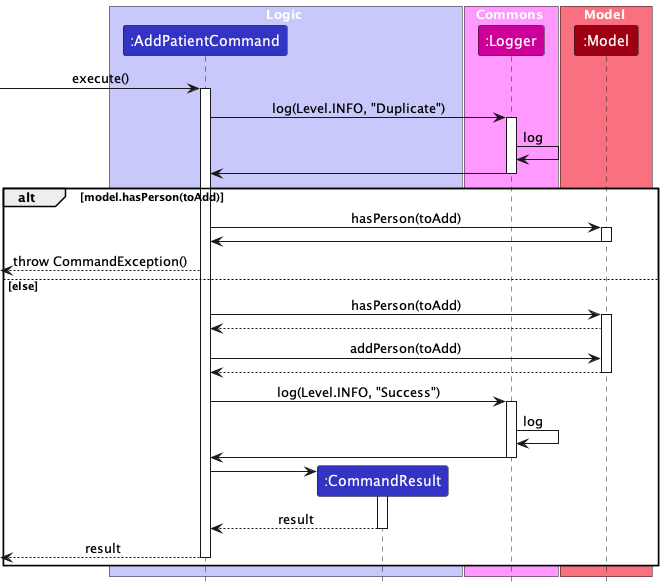
Earlier version of the PlantUML export docs/images/AddPatientCommandExecuteSequenceDiagram.png (alfaloo/tp). Source of this version:
```plantuml
@startuml
!include style.puml
skinparam ArrowFontStyle plain

box Logic LOGIC_COLOR_T1
participant ":AddPatientCommand" as AddPatientCommand LOGIC_COLOR
participant ":CommandResult" as CommandResult LOGIC_COLOR
end box

box Commons LOGGER_COLOR_T1
participant ":Logger" as Logger LOGGER_COLOR
end box

box Model MODEL_COLOR_T1
participant ":Model" as Model MODEL_COLOR
end box

[-> AddPatientCommand : execute()
activate AddPatientCommand


AddPatientCommand -> Logger: log(Level.INFO, "Duplicate")
activate Logger
Logger -> Logger: log
Logger -> AddPatientCommand
deactivate Logger


alt model.hasPerson(toAdd)
    AddPatientCommand -> Model: hasPerson(toAdd)
    activate Model
    Model -> AddPatientCommand
    deactivate Model
    [<--AddPatientCommand: throw CommandException()
else else
    AddPatientCommand -> Model : hasPerson(toAdd)
    activate Model

    Model --> AddPatientCommand

    AddPatientCommand -> Model : addPerson(toAdd)

    Model --> AddPatientCommand
    deactivate Model

    AddPatientCommand -> Logger: log(Level.INFO, "Success")
    activate Logger
    Logger -> Logger: log
    Logger -> AddPatientCommand
    deactivate Logger

    create CommandResult
    AddPatientCommand -> CommandResult
    activate CommandResult

    CommandResult --> AddPatientCommand : result
    deactivate CommandResult

    [<--AddPatientCommand : result
    deactivate AddPatientCommand
end

@enduml
```
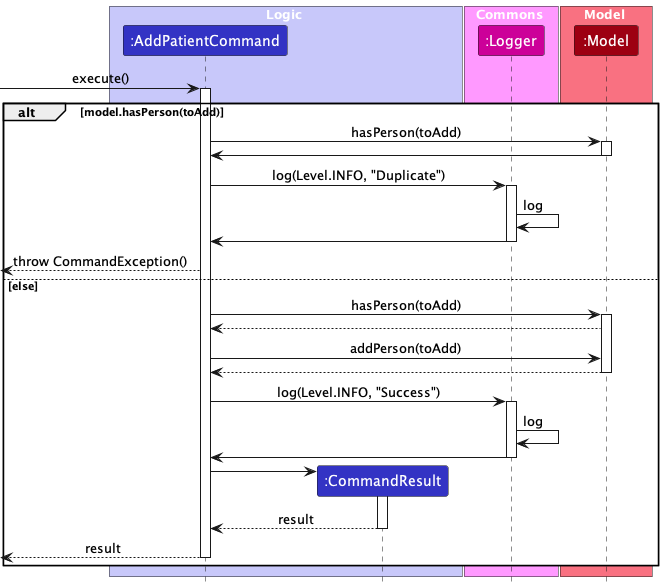
The same diagram one commit later.

Commit message:
Fix uml diagram

What changed in the source:
```diff
@@ -19,18 +19,18 @@
 activate AddPatientCommand
 
 
-AddPatientCommand -> Logger: log(Level.INFO, "Duplicate")
-activate Logger
-Logger -> Logger: log
-Logger -> AddPatientCommand
-deactivate Logger
-
-
 alt model.hasPerson(toAdd)
     AddPatientCommand -> Model: hasPerson(toAdd)
     activate Model
     Model -> AddPatientCommand
     deactivate Model
+
+    AddPatientCommand -> Logger: log(Level.INFO, "Duplicate")
+    activate Logger
+    Logger -> Logger: log
+    Logger -> AddPatientCommand
+    deactivate Logger
+
     [<--AddPatientCommand: throw CommandException()
 else else
     AddPatientCommand -> Model : hasPerson(toAdd)
```
